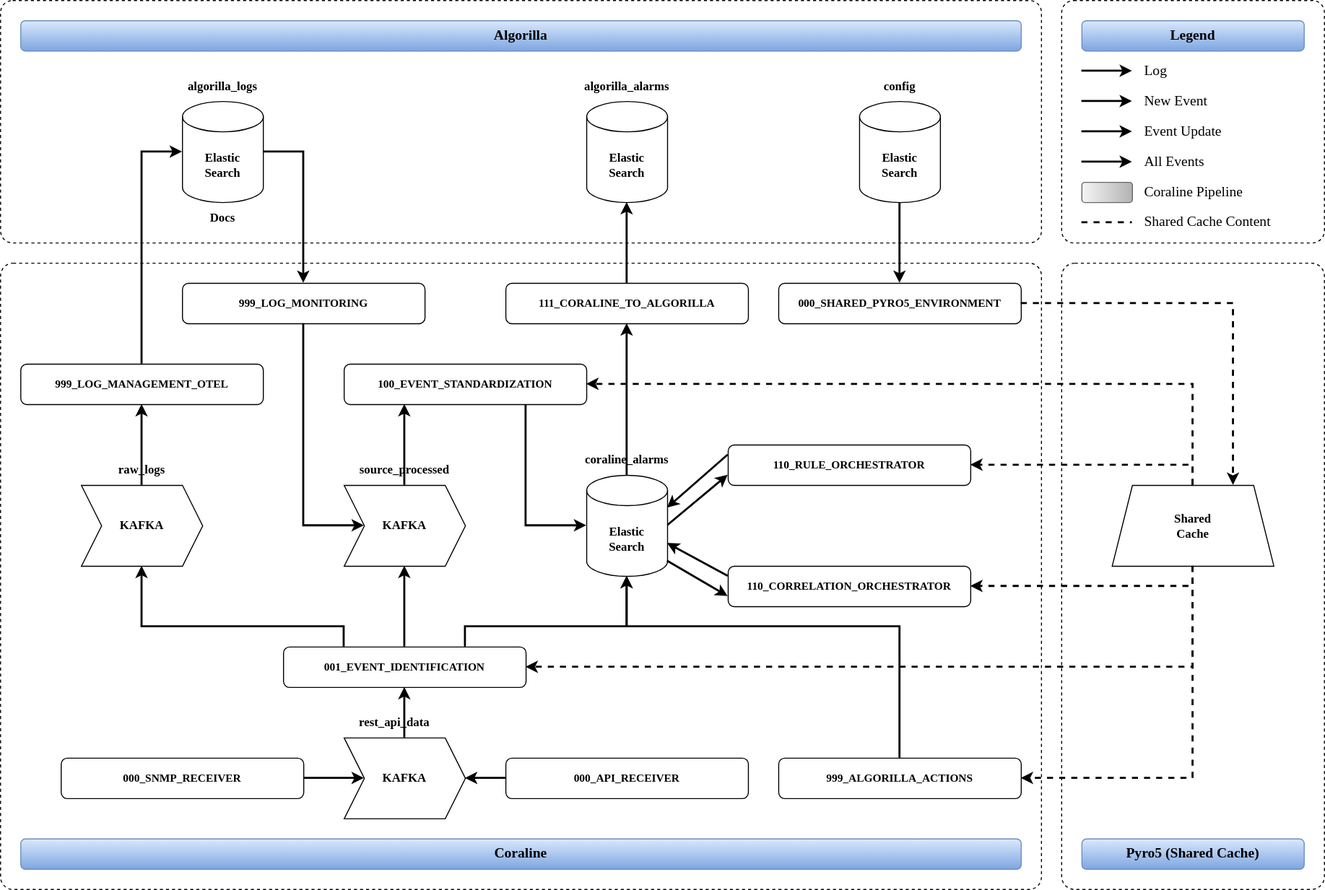
Above: Monityr-x_engine.svg in clement-violleau/Monityr-x (draw.io), before the change. Source tidied: cells renumbered, new cells last; positions are measured from the earlier drawing's top-left corner, leaving out a move shared by most shapes.
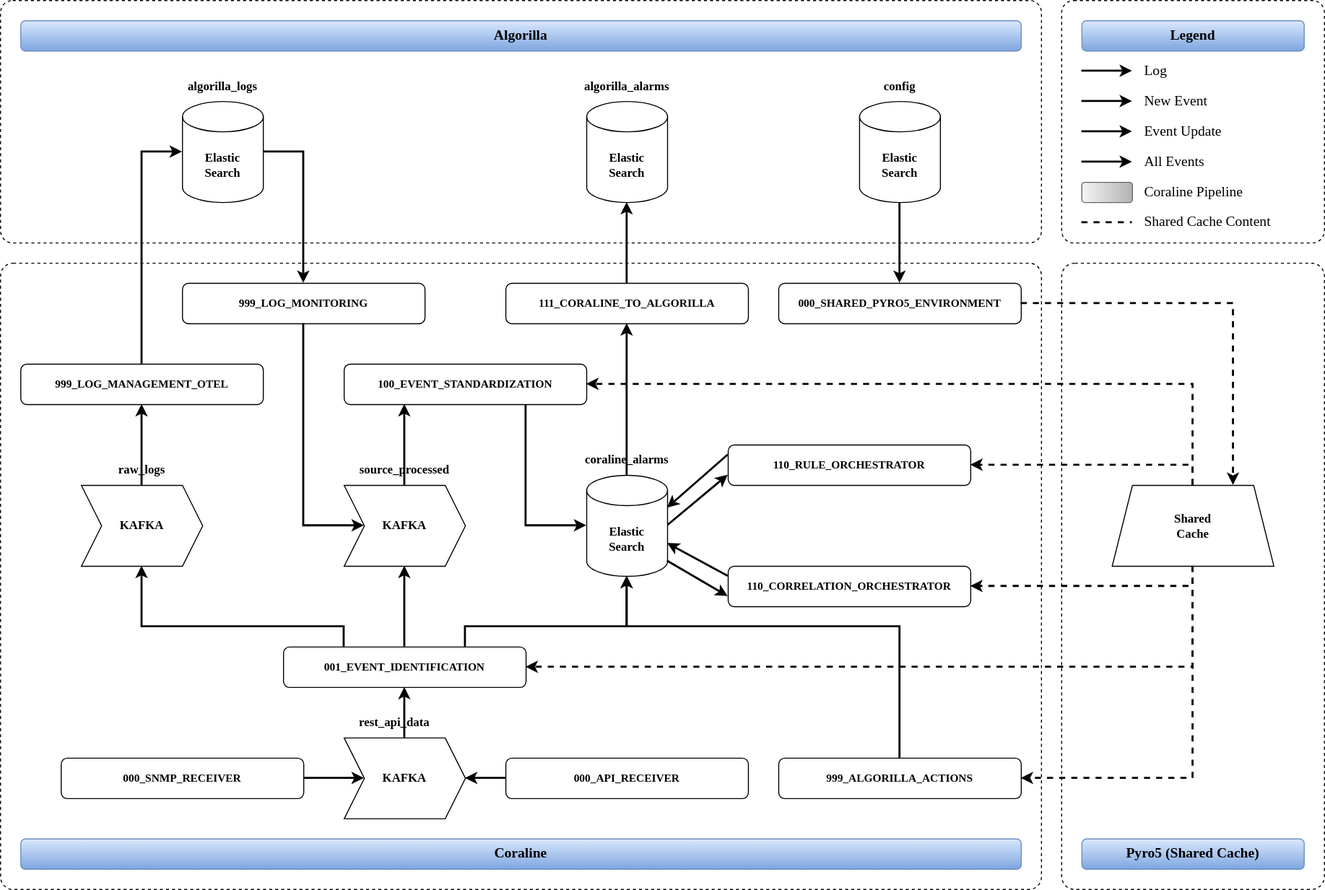
After the commit.

Commit message:
Mettre à jour Monityr-x_engine.svg

Diff of the diagram source:
```diff
@@ -252,8 +252,5 @@
     <mxCell id="73" value="&lt;a&gt;&lt;span class=&quot;ng-binding&quot;&gt;000_SNMP_RECEIVER&lt;/span&gt;&lt;/a&gt;" style="rounded=1;whiteSpace=wrap;html=1;gradientDirection=east;fontStyle=1;fontFamily=Verdana;fontSize=11;" parent="1" vertex="1">
       <mxGeometry x="60" y="750" width="240" height="40" as="geometry" />
     </mxCell>
-    <mxCell id="74" value="&lt;div&gt;Docs&lt;/div&gt;" style="text;html=1;whiteSpace=wrap;strokeColor=none;fillColor=none;align=center;verticalAlign=middle;rounded=0;fontFamily=Verdana;fontStyle=1;fontSize=12;" parent="1" vertex="1">
-      <mxGeometry x="140" y="200" width="160" height="30" as="geometry" />
-    </mxCell>
   </root>
 </mxGraphModel>
```
